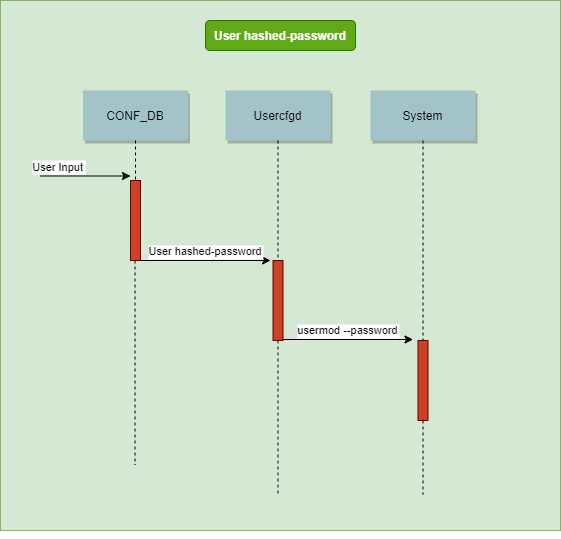
Above: doc/user_mgmt/password_flow.png in sonic-net/SONiC (draw.io), before the change. Source tidied: cells renumbered, new cells last; positions are measured from the earlier drawing's top-left corner, leaving out a move shared by most shapes.
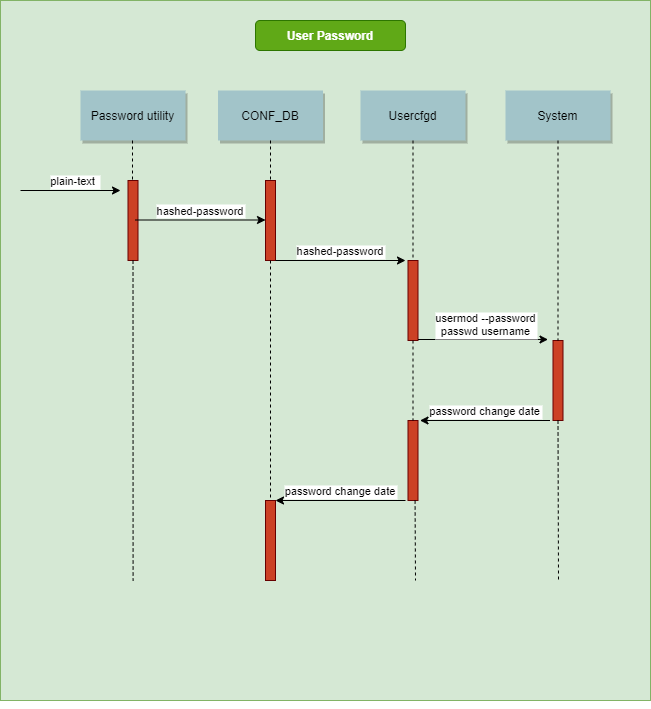
After the change.

What changed in the source:
```diff
@@ -3,12 +3,13 @@
     <mxCell id="0" />
     <mxCell id="1" parent="0" />
     <mxCell id="2" style="fillColor=#d5e8d4;strokeColor=#82b366;" parent="1" vertex="1">
-      <mxGeometry width="560" height="530" as="geometry" />
+      <mxGeometry x="-135" width="650" height="700" as="geometry" />
     </mxCell>
-    <mxCell id="3" value="User Input" style="edgeStyle=none;verticalLabelPosition=top;verticalAlign=bottom;labelPosition=left;align=right;" parent="1" edge="1">
-      <mxGeometry x="190" y="85.5" as="geometry">
-        <mxPoint x="40" y="175.5" as="sourcePoint" />
-        <mxPoint x="130" y="175.5" as="targetPoint" />
+    <mxCell id="3" value="plain-text " style="edgeStyle=none;verticalLabelPosition=top;verticalAlign=bottom;labelPosition=left;align=right;" parent="1" edge="1">
+      <mxGeometry as="geometry">
+        <mxPoint x="-115" y="190" as="sourcePoint" />
+        <mxPoint x="-15" y="190" as="targetPoint" />
+        <mxPoint x="30" as="offset" />
       </mxGeometry>
     </mxCell>
     <mxCell id="4" value="CONF_DB" style="shadow=1;fillColor=#A2C4C9;strokeColor=none;" parent="1" vertex="1">
@@ -23,38 +24,17 @@
     <mxCell id="7" style="edgeStyle=none;endArrow=none;dashed=1;" parent="1" edge="1" source="6" target="5">
       <mxGeometry x="352.3" y="205" as="geometry" />
     </mxCell>
-    <mxCell id="8" value="User hashed-password" style="edgeStyle=none;verticalLabelPosition=top;verticalAlign=bottom;startArrow=none;exitX=1;exitY=1;exitDx=0;exitDy=0;" parent="1" edge="1" source="12">
-      <mxGeometry x="300" y="132" as="geometry">
-        <mxPoint x="270" y="260" as="targetPoint" />
-      </mxGeometry>
-    </mxCell>
     <mxCell id="9" style="edgeStyle=elbowEdgeStyle;elbow=horizontal;endArrow=none;dashed=1;" parent="1" edge="1" source="4">
-      <mxGeometry x="310" y="350" as="geometry">
+      <mxGeometry x="395" y="350" as="geometry">
         <mxPoint x="135" y="180" as="targetPoint" />
       </mxGeometry>
     </mxCell>
-    <mxCell id="10" style="edgeStyle=none;endArrow=none;dashed=1;" parent="1" edge="1" source="5">
-      <mxGeometry x="456.6" y="379.7" as="geometry">
-        <mxPoint x="277.5" y="494.2" as="targetPoint" />
-      </mxGeometry>
-    </mxCell>
-    <mxCell id="11" value="User hashed-password" style="rounded=1;fontStyle=1;fillColor=#60a917;strokeColor=#2D7600;fontColor=#ffffff;" parent="1" vertex="1">
-      <mxGeometry x="205" y="20" width="150" height="30" as="geometry" />
+    <mxCell id="11" value="User Password" style="rounded=1;fontStyle=1;fillColor=#60a917;strokeColor=#2D7600;fontColor=#ffffff;" parent="1" vertex="1">
+      <mxGeometry x="120" y="20" width="150" height="30" as="geometry" />
     </mxCell>
     <mxCell id="12" style="fillColor=#CC4125;strokeColor=#660000;" parent="1" vertex="1">
       <mxGeometry x="130" y="180" width="10" height="80" as="geometry" />
     </mxCell>
-    <mxCell id="13" style="edgeStyle=none;verticalLabelPosition=top;verticalAlign=bottom;endArrow=none;" parent="1" edge="1" target="12">
-      <mxGeometry x="300" y="132" as="geometry">
-        <mxPoint x="140" y="209.5" as="sourcePoint" />
-      </mxGeometry>
-    </mxCell>
-    <mxCell id="14" style="edgeStyle=none;endArrow=none;dashed=1;" parent="1" edge="1">
-      <mxGeometry x="313.6" y="349.7" as="geometry">
-        <mxPoint x="134.5" y="260" as="sourcePoint" />
-        <mxPoint x="134.5" y="464.2" as="targetPoint" />
-      </mxGeometry>
-    </mxCell>
     <mxCell id="15" style="fillColor=#CC4125;strokeColor=#660000;" parent="1" vertex="1">
       <mxGeometry x="417.5" y="340" width="10" height="80" as="geometry" />
     </mxCell>
@@ -62,17 +42,18 @@
       <mxGeometry x="370" y="90" width="105" height="50" as="geometry" />
     </mxCell>
     <mxCell id="17" style="edgeStyle=none;endArrow=none;dashed=1;" parent="1" edge="1" source="16" target="15">
-      <mxGeometry x="497.3" y="205" as="geometry" />
+      <mxGeometry x="582.3" y="205" as="geometry" />
     </mxCell>
-    <mxCell id="18" style="edgeStyle=none;endArrow=none;dashed=1;" parent="1" edge="1" source="15">
-      <mxGeometry x="601.6" y="379.7" as="geometry">
-        <mxPoint x="422.5" y="494.2" as="targetPoint" />
+    <mxCell id="18" style="edgeStyle=none;endArrow=none;dashed=1;exitX=0.5;exitY=1;exitDx=0;exitDy=0;" parent="1" edge="1" source="15">
+      <mxGeometry x="686.6" y="484.7" as="geometry">
+        <mxPoint x="423" y="580" as="targetPoint" />
       </mxGeometry>
     </mxCell>
-    <mxCell id="19" value="usermod --password" style="edgeStyle=none;verticalLabelPosition=top;verticalAlign=bottom;startArrow=none;exitX=1;exitY=1;exitDx=0;exitDy=0;" parent="1" edge="1">
-      <mxGeometry x="442.5" y="211" as="geometry">
+    <mxCell id="19" value="usermod --password &#10;passwd username" style="edgeStyle=none;verticalLabelPosition=top;verticalAlign=bottom;startArrow=none;exitX=1;exitY=1;exitDx=0;exitDy=0;" parent="1" edge="1">
+      <mxGeometry x="85" as="geometry">
         <mxPoint x="282.5" y="339" as="sourcePoint" />
         <mxPoint x="412.5" y="339" as="targetPoint" />
+        <mxPoint x="3" y="1" as="offset" />
       </mxGeometry>
     </mxCell>
     <mxCell id="20" style="edgeStyle=orthogonalEdgeStyle;rounded=0;orthogonalLoop=1;jettySize=auto;html=1;exitX=0.5;exitY=1;exitDx=0;exitDy=0;" parent="1" edge="1" source="2" target="2">
@@ -81,5 +62,62 @@
     <mxCell id="21" style="edgeStyle=orthogonalEdgeStyle;rounded=0;orthogonalLoop=1;jettySize=auto;html=1;exitX=0.5;exitY=1;exitDx=0;exitDy=0;" parent="1" edge="1" source="2" target="2">
       <mxGeometry relative="1" as="geometry" />
     </mxCell>
+    <mxCell id="22" style="fillColor=#CC4125;strokeColor=#660000;" parent="1" vertex="1">
+      <mxGeometry x="272.5" y="420" width="10" height="80" as="geometry" />
+    </mxCell>
+    <mxCell id="23" style="edgeStyle=none;endArrow=none;dashed=1;" parent="1" edge="1" source="5" target="22">
+      <mxGeometry x="541.6" y="379.7" as="geometry" />
+    </mxCell>
+    <mxCell id="24" value="password change date" style="edgeStyle=none;verticalLabelPosition=top;verticalAlign=bottom;startArrow=none;exitX=1;exitY=1;exitDx=0;exitDy=0;" parent="1" edge="1">
+      <mxGeometry x="529.5" y="292" as="geometry">
+        <mxPoint x="414.5" y="420" as="sourcePoint" />
+        <mxPoint x="284.5" y="420" as="targetPoint" />
+      </mxGeometry>
+    </mxCell>
+    <mxCell id="25" value="password change date" style="edgeStyle=none;verticalLabelPosition=top;verticalAlign=bottom;startArrow=none;exitX=1;exitY=1;exitDx=0;exitDy=0;" parent="1" edge="1">
+      <mxGeometry x="385" y="372" as="geometry">
+        <mxPoint x="270" y="500" as="sourcePoint" />
+        <mxPoint x="140" y="500" as="targetPoint" />
+      </mxGeometry>
+    </mxCell>
+    <mxCell id="26" style="fillColor=#CC4125;strokeColor=#660000;" parent="1" vertex="1">
+      <mxGeometry x="130" y="500" width="10" height="80" as="geometry" />
+    </mxCell>
+    <mxCell id="27" style="edgeStyle=none;endArrow=none;dashed=1;" parent="1" edge="1" source="12" target="26">
+      <mxGeometry x="398.6" y="493.7" as="geometry" />
+    </mxCell>
+    <mxCell id="28" style="edgeStyle=none;endArrow=none;dashed=1;exitX=0.5;exitY=1;exitDx=0;exitDy=0;" parent="1" edge="1">
+      <mxGeometry x="543.7" y="564.7" as="geometry">
+        <mxPoint x="279.6" y="500" as="sourcePoint" />
+        <mxPoint x="280" y="580" as="targetPoint" />
+      </mxGeometry>
+    </mxCell>
+    <mxCell id="29" value="Password utility" style="shadow=1;fillColor=#A2C4C9;strokeColor=none;" parent="1" vertex="1">
+      <mxGeometry x="-55" y="90" width="105" height="50" as="geometry" />
+    </mxCell>
+    <mxCell id="30" style="fillColor=#CC4125;strokeColor=#660000;" parent="1" vertex="1">
+      <mxGeometry x="-7.5" y="180" width="10" height="80" as="geometry" />
+    </mxCell>
+    <mxCell id="31" style="edgeStyle=none;endArrow=none;dashed=1;entryX=0.204;entryY=0.829;entryDx=0;entryDy=0;entryPerimeter=0;" parent="1" edge="1" source="30" target="2">
+      <mxGeometry x="261.1" y="493.7" as="geometry" />
+    </mxCell>
+    <mxCell id="32" style="edgeStyle=elbowEdgeStyle;elbow=horizontal;endArrow=none;dashed=1;" parent="1" edge="1">
+      <mxGeometry x="257" y="350" as="geometry">
+        <mxPoint x="-3" y="140" as="sourcePoint" />
+        <mxPoint x="-3" y="180" as="targetPoint" />
+      </mxGeometry>
+    </mxCell>
+    <mxCell id="33" value="hashed-password" style="edgeStyle=none;verticalLabelPosition=top;verticalAlign=bottom;startArrow=none;exitX=1;exitY=1;exitDx=0;exitDy=0;" parent="1" edge="1">
+      <mxGeometry x="385" y="132" as="geometry">
+        <mxPoint x="140" y="260" as="sourcePoint" />
+        <mxPoint x="270" y="260" as="targetPoint" />
+      </mxGeometry>
+    </mxCell>
+    <mxCell id="34" value="hashed-password" style="edgeStyle=none;verticalLabelPosition=top;verticalAlign=bottom;startArrow=none;exitX=1;exitY=1;exitDx=0;exitDy=0;" parent="1" edge="1">
+      <mxGeometry x="245" y="91.5" as="geometry">
+        <mxPoint y="219.5" as="sourcePoint" />
+        <mxPoint x="130" y="219.5" as="targetPoint" />
+      </mxGeometry>
+    </mxCell>
   </root>
 </mxGraphModel>
```
